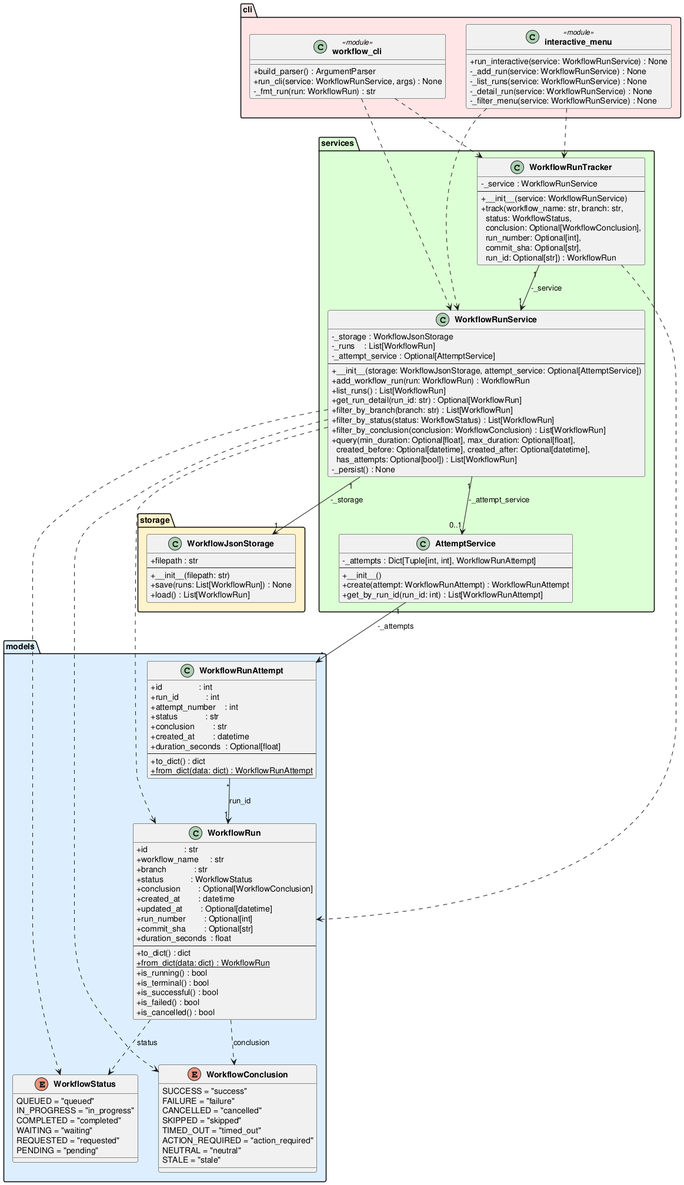
Above: experiments/supervisor_as_tools/test_driven/github-workflow-manager/artifacts/class_diagram.png in DanielRiha8906/Software_autoevolution_using_agents (PlantUML), before the change.
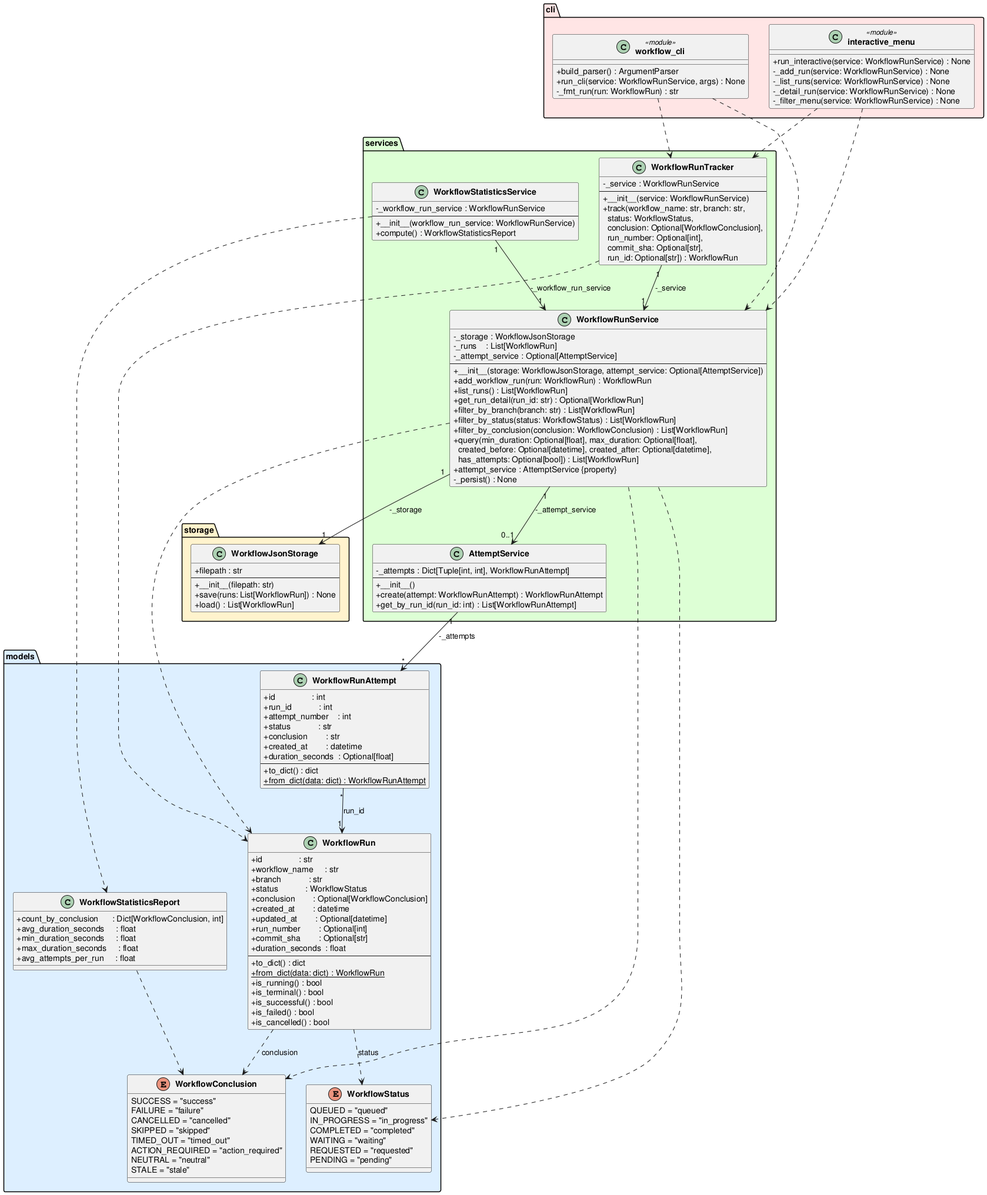
The same diagram one commit later.

What changed in the source:
```diff
@@ -57,6 +57,14 @@
         +to_dict() : dict
         +{static} from_dict(data: dict) : WorkflowRunAttempt
     }
+
+    class WorkflowStatisticsReport {
+        +count_by_conclusion      : Dict[WorkflowConclusion, int]
+        +avg_duration_seconds     : float
+        +min_duration_seconds     : float
+        +max_duration_seconds     : float
+        +avg_attempts_per_run     : float
+    }
 }
 
 package "storage" #FFF3CC {
@@ -83,6 +91,7 @@
         +filter_by_status(status: WorkflowStatus) : List[WorkflowRun]
         +filter_by_conclusion(conclusion: WorkflowConclusion) : List[WorkflowRun]
         +query(min_duration: Optional[float], max_duration: Optional[float],\n  created_before: Optional[datetime], created_after: Optional[datetime],\n  has_attempts: Optional[bool]) : List[WorkflowRun]
+        +attempt_service : AttemptService {property}
         -_persist() : None
     }
 
@@ -99,6 +108,13 @@
         +__init__()
         +create(attempt: WorkflowRunAttempt) : WorkflowRunAttempt
         +get_by_run_id(run_id: int) : List[WorkflowRunAttempt]
+    }
+
+    class WorkflowStatisticsService {
+        -_workflow_run_service : WorkflowRunService
+        --
+        +__init__(workflow_run_service: WorkflowRunService)
+        +compute() : WorkflowStatisticsReport
     }
 }
 
@@ -118,17 +134,20 @@
     }
 }
 
-WorkflowRun                ..>  WorkflowStatus        : status
-WorkflowRun                ..>  WorkflowConclusion    : conclusion
-WorkflowRunAttempt    "*" --> "1" WorkflowRun        : run_id
-WorkflowRunService    "1" --> "1" WorkflowJsonStorage : -_storage
-WorkflowRunService    "1" --> "0..1" AttemptService   : -_attempt_service
+WorkflowRun                ..>  WorkflowStatus             : status
+WorkflowRun                ..>  WorkflowConclusion         : conclusion
+WorkflowRunAttempt    "*" --> "1" WorkflowRun             : run_id
+WorkflowRunService    "1" --> "1" WorkflowJsonStorage     : -_storage
+WorkflowRunService    "1" --> "0..1" AttemptService       : -_attempt_service
 WorkflowRunService         ..>  WorkflowRun
 WorkflowRunService         ..>  WorkflowStatus
 WorkflowRunService         ..>  WorkflowConclusion
-WorkflowRunTracker    "1" --> "1" WorkflowRunService  : -_service
+WorkflowRunTracker    "1" --> "1" WorkflowRunService      : -_service
 WorkflowRunTracker         ..>  WorkflowRun
-AttemptService       "1" --> "*" WorkflowRunAttempt   : -_attempts
+AttemptService       "1" --> "*" WorkflowRunAttempt       : -_attempts
+WorkflowStatisticsService "1" --> "1" WorkflowRunService  : -_workflow_run_service
+WorkflowStatisticsService      ..>  WorkflowStatisticsReport
+WorkflowStatisticsReport       ..>  WorkflowConclusion
 "workflow_cli"             ..>  WorkflowRunService
 "workflow_cli"             ..>  WorkflowRunTracker
 "interactive_menu"         ..>  WorkflowRunService
```
